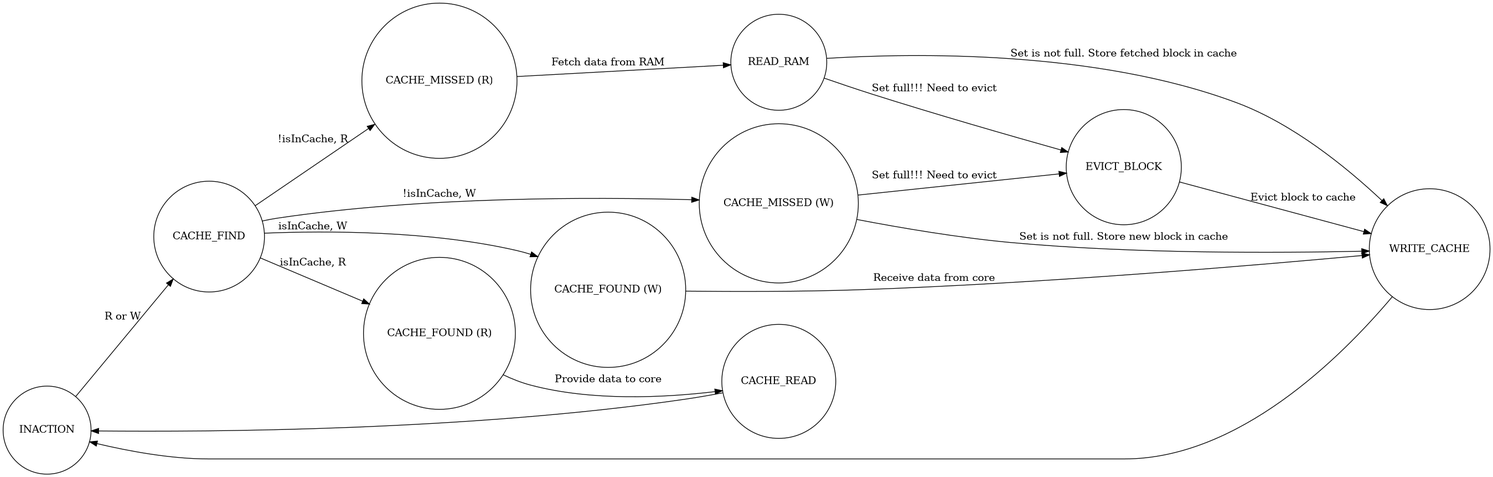
Above: Task_5/cache_emulations.png in AntonAnisimovMIPT/MCST_Internship (Graphviz), before the change. Its source is kept beside it as Task_5/cache_emulations.DOT.
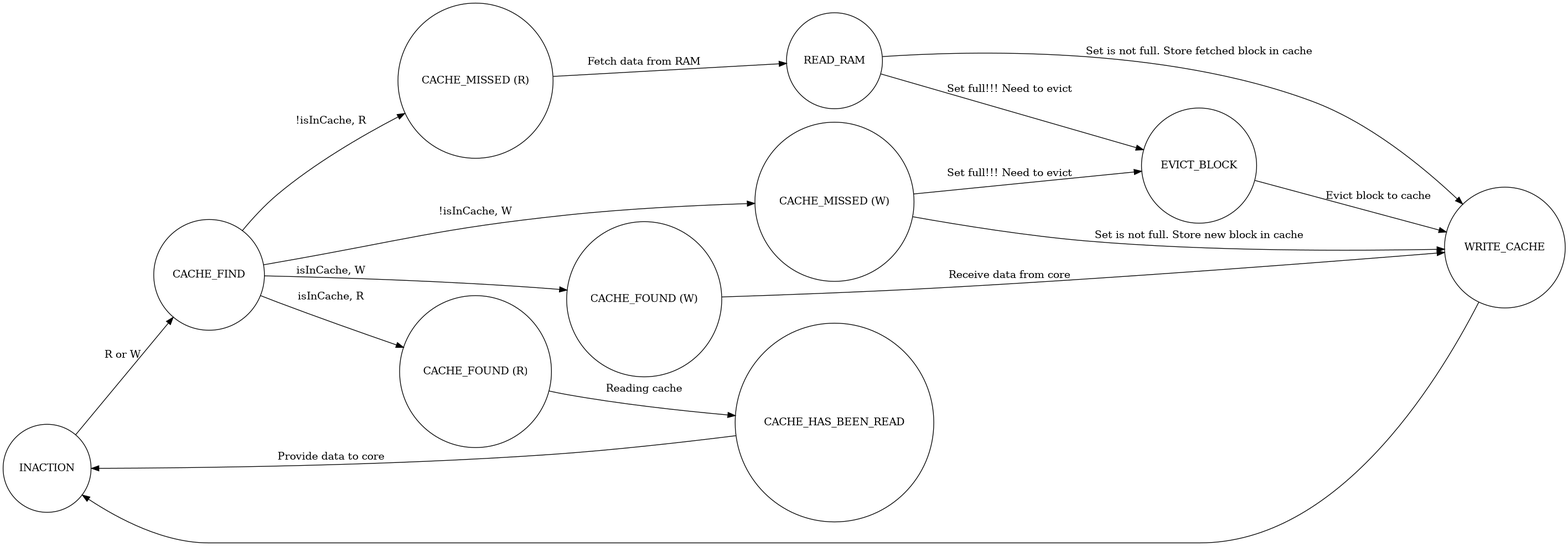
After the change.

Commit message:
fixed 1 remark  Task_5

Change to the diagram source:
```diff
@@ -9,7 +9,7 @@
     CacheMissW [label="CACHE_MISSED (W)", shape=circle];
     ReadFromMemory [label="READ_RAM", shape=circle];
     WriteToCache [label="WRITE_CACHE", shape=circle];
-    CacheRead [label="CACHE_READ", shape=circle];
+    CacheRead [label="CACHE_HAS_BEEN_READ", shape=circle];
     EvictBlock [label="EVICT_BLOCK", shape=circle];
 
     INACTION -> CACHE_FIND [label="R or W"];
@@ -19,8 +19,8 @@
     CACHE_FIND -> CacheMissR [label="!isInCache, R"];
     CACHE_FIND -> CacheMissW [label="!isInCache, W"];
 
-    CacheFoundR -> CacheRead [label="Provide data to core"];
-    CacheRead -> INACTION;
+    CacheFoundR -> CacheRead  [label="Reading cache"];
+    CacheRead -> INACTION [label="Provide data to core"];
     CacheFoundW -> WriteToCache [label="Receive data from core"];
 
     CacheMissR -> ReadFromMemory [label="Fetch data from RAM"];
```
